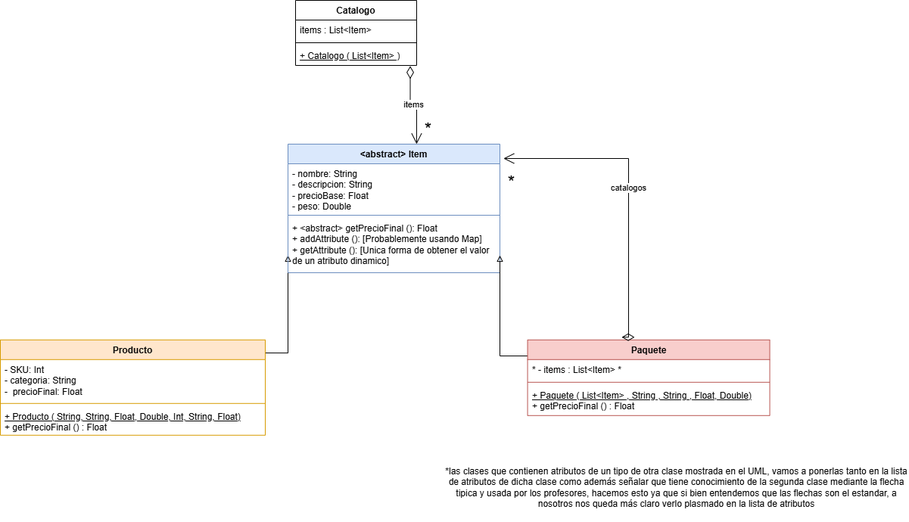
Before: src/Catalogo/UML.png, a diagram exported from draw.io (saenzlucas/UNQShop). Source tidied: cells renumbered, new cells last; positions are measured from the earlier drawing's top-left corner, leaving out a move shared by most shapes.
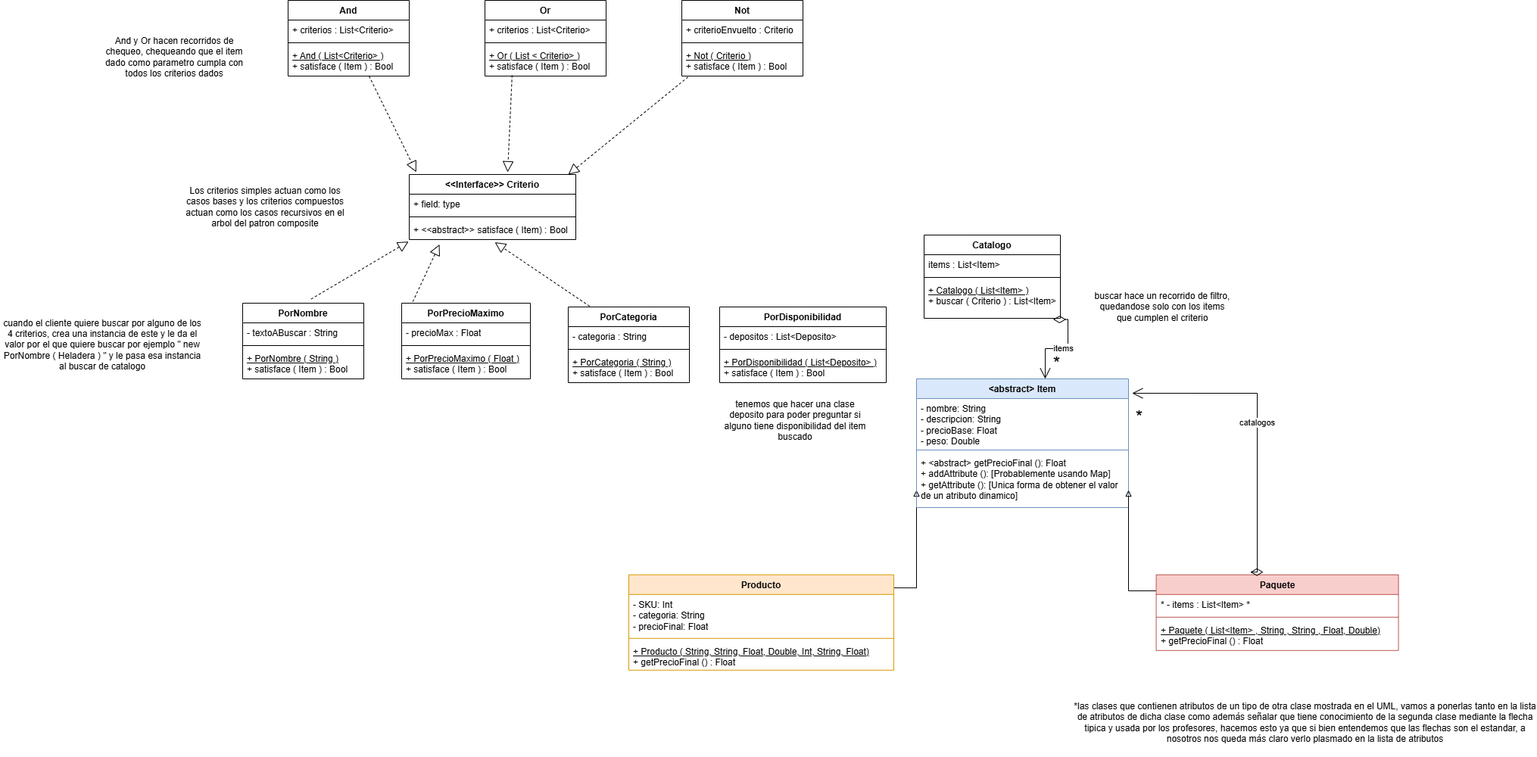
The same file after the commit.

Commit message:
Se desarrolla seccion 2.6 usando los patrones composite y strategy para la busqueda de items especificos en un catalogo

What changed in the source:
```diff
@@ -4,7 +4,7 @@
     <mxCell id="1" parent="0" />
-    <mxCell id="2" style="edgeStyle=orthogonalEdgeStyle;rounded=0;jettySize=auto;html=1;endArrow=block;endFill=0;entryX=0;entryY=0.5;entryDx=0;entryDy=0;exitX=0.999;exitY=0.137;exitDx=0;exitDy=0;exitPerimeter=0;" parent="1" edge="1" source="3">
-      <mxGeometry relative="1" as="geometry">
-        <mxPoint x="380" y="337" as="targetPoint" />
-      </mxGeometry>
-    </mxCell>
+    <mxCell id="25" style="edgeStyle=orthogonalEdgeStyle;rounded=0;jettySize=auto;html=1;endArrow=block;endFill=0;entryX=0;entryY=0.5;entryDx=0;entryDy=0;exitX=0.999;exitY=0.137;exitDx=0;exitDy=0;exitPerimeter=0;" parent="1" edge="1" source="3">
+      <mxGeometry relative="1" as="geometry">
+        <mxPoint x="380" y="337" as="targetPoint" />
+      </mxGeometry>
+    </mxCell>
     <mxCell id="3" value="Producto" style="swimlane;fontStyle=1;align=center;verticalAlign=top;horizontal=1;startSize=26;whiteSpace=wrap;html=1;fillColor=#ffe6cc;strokeColor=#d79b00;" parent="1" vertex="1">
@@ -12,3 +12,3 @@
     </mxCell>
-    <mxCell id="4" value="&lt;div&gt;- SKU: Int&lt;/div&gt;&lt;div&gt;- categoria: String&lt;/div&gt;-&amp;nbsp; precioFinal: Float" style="text;strokeColor=none;fillColor=none;align=left;verticalAlign=top;spacingLeft=4;spacingRight=4;overflow=hidden;whiteSpace=wrap;html=1;" parent="3" vertex="1">
+    <mxCell id="4" value="&lt;div&gt;- SKU: Int&lt;/div&gt;&lt;div&gt;- categoria: String&lt;/div&gt;- precioFinal: Float" style="text;strokeColor=none;fillColor=none;align=left;verticalAlign=top;spacingLeft=4;spacingRight=4;overflow=hidden;whiteSpace=wrap;html=1;" parent="3" vertex="1">
       <mxGeometry y="26" width="350" height="54" as="geometry" />
@@ -33,7 +33,7 @@
     </mxCell>
-    <mxCell id="11" style="edgeStyle=orthogonalEdgeStyle;rounded=0;jettySize=auto;html=1;endArrow=block;endFill=0;exitX=0.004;exitY=0.212;exitDx=0;exitDy=0;exitPerimeter=0;" parent="1" edge="1" source="12">
-      <mxGeometry relative="1" as="geometry">
-        <mxPoint x="660" y="337" as="targetPoint" />
-      </mxGeometry>
-    </mxCell>
+    <mxCell id="26" style="edgeStyle=orthogonalEdgeStyle;rounded=0;jettySize=auto;html=1;endArrow=block;endFill=0;exitX=0.004;exitY=0.212;exitDx=0;exitDy=0;exitPerimeter=0;" parent="1" edge="1" source="12">
+      <mxGeometry relative="1" as="geometry">
+        <mxPoint x="660" y="337" as="targetPoint" />
+      </mxGeometry>
+    </mxCell>
     <mxCell id="12" value="Paquete" style="swimlane;fontStyle=1;align=center;verticalAlign=top;horizontal=1;startSize=26;whiteSpace=wrap;html=1;fillColor=#f8cecc;strokeColor=#b85450;" parent="1" vertex="1">
@@ -59,7 +59,7 @@
     </mxCell>
-    <mxCell id="17" value="&lt;font style=&quot;font-size: 24px;&quot;&gt;*&lt;/font&gt;" style="edgeLabel;html=1;align=right;verticalAlign=top;" parent="16" vertex="1">
-      <mxGeometry x="1" relative="1" as="geometry">
-        <mxPoint x="15" y="11" as="offset" />
-      </mxGeometry>
-    </mxCell>
+    <mxCell id="27" value="&lt;font style=&quot;font-size: 24px;&quot;&gt;*&lt;/font&gt;" style="edgeLabel;html=1;align=right;verticalAlign=top;" parent="16" vertex="1">
+      <mxGeometry x="1" relative="1" as="geometry">
+        <mxPoint x="15" y="11" as="offset" />
+      </mxGeometry>
+    </mxCell>
     <mxCell id="18" value="*las clases que contienen atributos de un tipo de otra clase mostrada en el UML, vamos a ponerlas tanto en la lista de atributos de dicha clase como además señalar que tiene conocimiento de la segunda clase mediante la flecha tipica y usada por los profesores, hacemos esto ya que si bien entendemos que las flechas son el estandar, a nosotros nos queda más claro verlo plasmado en la lista de atributos" style="text;html=1;whiteSpace=wrap;strokeColor=none;fillColor=none;align=center;verticalAlign=middle;rounded=0;" parent="1" vertex="1">
@@ -68,21 +68,152 @@
     <mxCell id="19" value="Catalogo" style="swimlane;fontStyle=1;align=center;verticalAlign=top;horizontal=1;startSize=26;whiteSpace=wrap;html=1;" parent="1" vertex="1">
-      <mxGeometry x="390" width="160" height="86" as="geometry" />
+      <mxGeometry x="390" width="180" height="110" as="geometry" />
     </mxCell>
     <mxCell id="20" value="items : List&amp;lt;Item&amp;gt;" style="text;strokeColor=none;fillColor=none;align=left;verticalAlign=top;spacingLeft=4;spacingRight=4;overflow=hidden;whiteSpace=wrap;html=1;" parent="19" vertex="1">
-      <mxGeometry y="26" width="160" height="26" as="geometry" />
+      <mxGeometry y="26" width="180" height="26" as="geometry" />
     </mxCell>
-    <mxCell id="21" style="line;strokeWidth=1;fillColor=none;align=left;verticalAlign=middle;spacingTop=-1;spacingLeft=3;spacingRight=3;labelPosition=right;strokeColor=inherit;" parent="19" vertex="1">
-      <mxGeometry y="52" width="160" height="8" as="geometry" />
-    </mxCell>
-    <mxCell id="22" value="&lt;u&gt;+ Catalogo ( List&amp;lt;Item&amp;gt; )&lt;/u&gt;" style="text;strokeColor=none;fillColor=none;align=left;verticalAlign=top;spacingLeft=4;spacingRight=4;overflow=hidden;points=[[0,0.5],[1,0.5]];portConstraint=eastwest;whiteSpace=wrap;html=1;" parent="19" vertex="1">
-      <mxGeometry y="60" width="160" height="26" as="geometry" />
-    </mxCell>
+    <mxCell id="28" style="line;strokeWidth=1;fillColor=none;align=left;verticalAlign=middle;spacingTop=-1;spacingLeft=3;spacingRight=3;labelPosition=right;strokeColor=inherit;" parent="19" vertex="1">
+      <mxGeometry y="52" width="180" height="8" as="geometry" />
+    </mxCell>
+    <mxCell id="29" value="&lt;u&gt;+ Catalogo ( List&amp;lt;Item&amp;gt; )&lt;/u&gt;&lt;div&gt;+ buscar ( Criterio ) : List&amp;lt;Item&amp;gt;&lt;/div&gt;" style="text;strokeColor=none;fillColor=none;align=left;verticalAlign=top;spacingLeft=4;spacingRight=4;overflow=hidden;points=[[0,0.5],[1,0.5]];portConstraint=eastwest;whiteSpace=wrap;html=1;" parent="19" vertex="1">
+      <mxGeometry y="60" width="180" height="50" as="geometry" />
+    </mxCell>
-    <mxCell id="23" value="items" style="endArrow=open;html=1;endSize=12;startArrow=diamondThin;startSize=14;startFill=0;edgeStyle=orthogonalEdgeStyle;rounded=0;exitX=0.947;exitY=1.03;exitDx=0;exitDy=0;exitPerimeter=0;entryX=0.607;entryY=0;entryDx=0;entryDy=0;entryPerimeter=0;" parent="1" edge="1" source="22" target="7">
+    <mxCell id="23" value="items" style="endArrow=open;html=1;endSize=12;startArrow=diamondThin;startSize=14;startFill=0;edgeStyle=orthogonalEdgeStyle;rounded=0;exitX=0.947;exitY=1.03;exitDx=0;exitDy=0;exitPerimeter=0;entryX=0.607;entryY=0;entryDx=0;entryDy=0;entryPerimeter=0;" parent="1" edge="1" source="29" target="7">
       <mxGeometry relative="1" as="geometry" />
     </mxCell>
-    <mxCell id="24" value="&lt;font style=&quot;font-size: 24px;&quot;&gt;*&lt;/font&gt;" style="edgeLabel;html=1;align=right;verticalAlign=top;" parent="23" vertex="1">
-      <mxGeometry x="1" relative="1" as="geometry">
-        <mxPoint x="20" y="-40" as="offset" />
-      </mxGeometry>
-    </mxCell>
+    <mxCell id="30" value="&lt;font style=&quot;font-size: 24px;&quot;&gt;*&lt;/font&gt;" style="edgeLabel;html=1;align=right;verticalAlign=top;" parent="23" vertex="1">
+      <mxGeometry x="1" relative="1" as="geometry">
+        <mxPoint x="20" y="-40" as="offset" />
+      </mxGeometry>
+    </mxCell>
+    <mxCell id="31" value="&amp;lt;&amp;lt;Interface&amp;gt;&amp;gt; Criterio" style="swimlane;fontStyle=1;align=center;verticalAlign=top;horizontal=1;startSize=26;whiteSpace=wrap;html=1;" parent="1" vertex="1">
+      <mxGeometry x="-290" y="-80" width="220" height="86" as="geometry" />
+    </mxCell>
+    <mxCell id="32" value="+ field: type" style="text;strokeColor=none;fillColor=none;align=left;verticalAlign=top;spacingLeft=4;spacingRight=4;overflow=hidden;whiteSpace=wrap;html=1;" parent="31" vertex="1">
+      <mxGeometry y="26" width="220" height="26" as="geometry" />
+    </mxCell>
+    <mxCell id="33" style="line;strokeWidth=1;fillColor=none;align=left;verticalAlign=middle;spacingTop=-1;spacingLeft=3;spacingRight=3;labelPosition=right;strokeColor=inherit;" parent="31" vertex="1">
+      <mxGeometry y="52" width="220" height="8" as="geometry" />
+    </mxCell>
+    <mxCell id="34" value="+ &amp;lt;&amp;lt;abstract&amp;gt;&amp;gt; satisface ( Item) : Bool" style="text;strokeColor=none;fillColor=none;align=left;verticalAlign=top;spacingLeft=4;spacingRight=4;overflow=hidden;points=[[0,0.5],[1,0.5]];portConstraint=eastwest;whiteSpace=wrap;html=1;" parent="31" vertex="1">
+      <mxGeometry y="60" width="220" height="26" as="geometry" />
+    </mxCell>
+    <mxCell id="35" value="PorCategoria" style="swimlane;fontStyle=1;align=center;verticalAlign=top;horizontal=1;startSize=26;whiteSpace=wrap;html=1;" parent="1" vertex="1">
+      <mxGeometry x="-80" y="95" width="160" height="100" as="geometry" />
+    </mxCell>
+    <mxCell id="36" value="- categoria : String" style="text;strokeColor=none;fillColor=none;align=left;verticalAlign=top;spacingLeft=4;spacingRight=4;overflow=hidden;whiteSpace=wrap;html=1;" parent="35" vertex="1">
+      <mxGeometry y="26" width="160" height="26" as="geometry" />
+    </mxCell>
+    <mxCell id="37" style="line;strokeWidth=1;fillColor=none;align=left;verticalAlign=middle;spacingTop=-1;spacingLeft=3;spacingRight=3;labelPosition=right;strokeColor=inherit;" parent="35" vertex="1">
+      <mxGeometry y="52" width="160" height="8" as="geometry" />
+    </mxCell>
+    <mxCell id="38" value="&lt;u&gt;+ PorCategoria ( String )&lt;/u&gt;&lt;div&gt;+ satisface ( Item ) : Bool&lt;u&gt;&lt;/u&gt;&lt;/div&gt;" style="text;strokeColor=none;fillColor=none;align=left;verticalAlign=top;spacingLeft=4;spacingRight=4;overflow=hidden;whiteSpace=wrap;html=1;" parent="35" vertex="1">
+      <mxGeometry y="60" width="160" height="40" as="geometry" />
+    </mxCell>
+    <mxCell id="39" value="PorPrecioMaximo" style="swimlane;fontStyle=1;align=center;verticalAlign=top;horizontal=1;startSize=26;whiteSpace=wrap;html=1;" parent="1" vertex="1">
+      <mxGeometry x="-300" y="90" width="170" height="100" as="geometry" />
+    </mxCell>
+    <mxCell id="40" value="- precioMax : Float" style="text;strokeColor=none;fillColor=none;align=left;verticalAlign=top;spacingLeft=4;spacingRight=4;overflow=hidden;whiteSpace=wrap;html=1;" parent="39" vertex="1">
+      <mxGeometry y="26" width="170" height="26" as="geometry" />
+    </mxCell>
+    <mxCell id="41" style="line;strokeWidth=1;fillColor=none;align=left;verticalAlign=middle;spacingTop=-1;spacingLeft=3;spacingRight=3;labelPosition=right;strokeColor=inherit;" parent="39" vertex="1">
+      <mxGeometry y="52" width="170" height="8" as="geometry" />
+    </mxCell>
+    <mxCell id="42" value="&lt;u&gt;+ PorPrecioMaximo ( Float )&lt;/u&gt;&amp;nbsp;&lt;div&gt;+ satisface ( Item ) : Bool&lt;/div&gt;" style="text;strokeColor=none;fillColor=none;align=left;verticalAlign=top;spacingLeft=4;spacingRight=4;overflow=hidden;whiteSpace=wrap;html=1;" parent="39" vertex="1">
+      <mxGeometry y="60" width="170" height="40" as="geometry" />
+    </mxCell>
+    <mxCell id="43" value="PorNombre" style="swimlane;fontStyle=1;align=center;verticalAlign=top;horizontal=1;startSize=26;whiteSpace=wrap;html=1;" parent="1" vertex="1">
+      <mxGeometry x="-510" y="90" width="160" height="100" as="geometry" />
+    </mxCell>
+    <mxCell id="44" value="- textoABuscar : String" style="text;strokeColor=none;fillColor=none;align=left;verticalAlign=top;spacingLeft=4;spacingRight=4;overflow=hidden;whiteSpace=wrap;html=1;" parent="43" vertex="1">
+      <mxGeometry y="26" width="160" height="26" as="geometry" />
+    </mxCell>
+    <mxCell id="45" style="line;strokeWidth=1;fillColor=none;align=left;verticalAlign=middle;spacingTop=-1;spacingLeft=3;spacingRight=3;labelPosition=right;strokeColor=inherit;" parent="43" vertex="1">
+      <mxGeometry y="52" width="160" height="8" as="geometry" />
+    </mxCell>
+    <mxCell id="46" value="&lt;u&gt;+ PorNombre ( String )&lt;/u&gt;&lt;div&gt;+ satisface ( Item ) : Bool&lt;/div&gt;" style="text;strokeColor=none;fillColor=none;align=left;verticalAlign=top;spacingLeft=4;spacingRight=4;overflow=hidden;whiteSpace=wrap;html=1;" parent="43" vertex="1">
+      <mxGeometry y="60" width="160" height="40" as="geometry" />
+    </mxCell>
+    <mxCell id="47" value="buscar hace un recorrido de filtro, quedandose solo con los items que cumplen el criterio" style="text;html=1;whiteSpace=wrap;strokeColor=none;fillColor=none;align=center;verticalAlign=middle;rounded=0;" parent="1" vertex="1">
+      <mxGeometry x="610" y="80" width="190" height="30" as="geometry" />
+    </mxCell>
+    <mxCell id="48" value="cuando el cliente quiere buscar por alguno de los 4 criterios, crea una instancia de este y le da el valor por el que quiere buscar por ejemplo &quot; new PorNombre ( Heladera ) &quot; y le pasa esa instancia al buscar de catalogo" style="text;html=1;whiteSpace=wrap;strokeColor=none;fillColor=none;align=center;verticalAlign=middle;rounded=0;" parent="1" vertex="1">
+      <mxGeometry x="-830" y="130" width="270" height="30" as="geometry" />
+    </mxCell>
+    <mxCell id="49" value="Los criterios simples actuan como los casos bases y los criterios compuestos actuan como los casos recursivos en el arbol del patron composite" style="text;html=1;whiteSpace=wrap;strokeColor=none;fillColor=none;align=center;verticalAlign=middle;rounded=0;" parent="1" vertex="1">
+      <mxGeometry x="-590" y="-52" width="220" height="30" as="geometry" />
+    </mxCell>
+    <mxCell id="50" value="Not" style="swimlane;fontStyle=1;align=center;verticalAlign=top;horizontal=1;startSize=26;whiteSpace=wrap;html=1;" parent="1" vertex="1">
+      <mxGeometry x="70" y="-310" width="160" height="100" as="geometry" />
+    </mxCell>
+    <mxCell id="51" value="+ criterioEnvuelto : Criterio" style="text;strokeColor=none;fillColor=none;align=left;verticalAlign=top;spacingLeft=4;spacingRight=4;overflow=hidden;whiteSpace=wrap;html=1;" parent="50" vertex="1">
+      <mxGeometry y="26" width="160" height="26" as="geometry" />
+    </mxCell>
+    <mxCell id="52" style="line;strokeWidth=1;fillColor=none;align=left;verticalAlign=middle;spacingTop=-1;spacingLeft=3;spacingRight=3;labelPosition=right;strokeColor=inherit;" parent="50" vertex="1">
+      <mxGeometry y="52" width="160" height="8" as="geometry" />
+    </mxCell>
+    <mxCell id="53" value="&lt;div&gt;&lt;u&gt;+ Not ( Criterio )&lt;/u&gt;&lt;/div&gt;+ satisface ( Item ) : Bool" style="text;strokeColor=none;fillColor=none;align=left;verticalAlign=top;spacingLeft=4;spacingRight=4;overflow=hidden;points=[[0,0.5],[1,0.5]];portConstraint=eastwest;whiteSpace=wrap;html=1;" parent="50" vertex="1">
+      <mxGeometry y="60" width="160" height="40" as="geometry" />
+    </mxCell>
+    <mxCell id="54" value="Or" style="swimlane;fontStyle=1;align=center;verticalAlign=top;horizontal=1;startSize=26;whiteSpace=wrap;html=1;" parent="1" vertex="1">
+      <mxGeometry x="-190" y="-310" width="160" height="100" as="geometry" />
+    </mxCell>
+    <mxCell id="55" value="+ criterios : List&amp;lt;Criterio&amp;gt;" style="text;strokeColor=none;fillColor=none;align=left;verticalAlign=top;spacingLeft=4;spacingRight=4;overflow=hidden;whiteSpace=wrap;html=1;" parent="54" vertex="1">
+      <mxGeometry y="26" width="160" height="26" as="geometry" />
+    </mxCell>
+    <mxCell id="56" style="line;strokeWidth=1;fillColor=none;align=left;verticalAlign=middle;spacingTop=-1;spacingLeft=3;spacingRight=3;labelPosition=right;strokeColor=inherit;" parent="54" vertex="1">
+      <mxGeometry y="52" width="160" height="8" as="geometry" />
+    </mxCell>
+    <mxCell id="57" value="&lt;div&gt;&lt;u&gt;+ Or ( List &amp;lt; Criterio&amp;gt; )&lt;/u&gt;&lt;/div&gt;+ satisface ( Item ) : Bool" style="text;strokeColor=none;fillColor=none;align=left;verticalAlign=top;spacingLeft=4;spacingRight=4;overflow=hidden;points=[[0,0.5],[1,0.5]];portConstraint=eastwest;whiteSpace=wrap;html=1;" parent="54" vertex="1">
+      <mxGeometry y="60" width="160" height="40" as="geometry" />
+    </mxCell>
+    <mxCell id="58" value="And" style="swimlane;fontStyle=1;align=center;verticalAlign=top;horizontal=1;startSize=26;whiteSpace=wrap;html=1;" parent="1" vertex="1">
+      <mxGeometry x="-450" y="-310" width="160" height="100" as="geometry" />
+    </mxCell>
+    <mxCell id="59" value="+ criterios : List&amp;lt;Criterio&amp;gt;" style="text;strokeColor=none;fillColor=none;align=left;verticalAlign=top;spacingLeft=4;spacingRight=4;overflow=hidden;whiteSpace=wrap;html=1;" parent="58" vertex="1">
+      <mxGeometry y="26" width="160" height="26" as="geometry" />
+    </mxCell>
+    <mxCell id="60" style="line;strokeWidth=1;fillColor=none;align=left;verticalAlign=middle;spacingTop=-1;spacingLeft=3;spacingRight=3;labelPosition=right;strokeColor=inherit;" parent="58" vertex="1">
+      <mxGeometry y="52" width="160" height="8" as="geometry" />
+    </mxCell>
+    <mxCell id="61" value="&lt;div&gt;&lt;u&gt;+ And ( List&amp;lt;Criterio&amp;gt; )&lt;/u&gt;&amp;nbsp;&lt;/div&gt;+ satisface ( Item ) : Bool" style="text;strokeColor=none;fillColor=none;align=left;verticalAlign=top;spacingLeft=4;spacingRight=4;overflow=hidden;points=[[0,0.5],[1,0.5]];portConstraint=eastwest;whiteSpace=wrap;html=1;" parent="58" vertex="1">
+      <mxGeometry y="60" width="160" height="40" as="geometry" />
+    </mxCell>
+    <mxCell id="62" value="And y Or hacen recorridos de chequeo, chequeando que el item dado como parametro cumpla con todos los criterios dados" style="text;html=1;whiteSpace=wrap;strokeColor=none;fillColor=none;align=center;verticalAlign=middle;rounded=0;" parent="1" vertex="1">
+      <mxGeometry x="-700" y="-250" width="200" height="30" as="geometry" />
+    </mxCell>
+    <mxCell id="63" style="endArrow=block;dashed=1;endFill=0;endSize=12;html=1;rounded=0;entryX=0.042;entryY=-0.037;entryDx=0;entryDy=0;entryPerimeter=0;exitX=0.669;exitY=1.003;exitDx=0;exitDy=0;exitPerimeter=0;" parent="1" edge="1" source="61" target="31">
+      <mxGeometry relative="1" as="geometry" />
+    </mxCell>
+    <mxCell id="64" style="endArrow=block;dashed=1;endFill=0;endSize=12;html=1;rounded=0;exitX=0.224;exitY=0.975;exitDx=0;exitDy=0;exitPerimeter=0;" parent="1" edge="1" source="57">
+      <mxGeometry relative="1" as="geometry">
+        <mxPoint x="-160" y="-83" as="targetPoint" />
+      </mxGeometry>
+    </mxCell>
+    <mxCell id="65" style="endArrow=block;dashed=1;endFill=0;endSize=12;html=1;rounded=0;exitX=0.051;exitY=1.031;exitDx=0;exitDy=0;exitPerimeter=0;entryX=0.955;entryY=0;entryDx=0;entryDy=0;entryPerimeter=0;" parent="1" edge="1" source="53" target="31">
+      <mxGeometry relative="1" as="geometry" />
+    </mxCell>
+    <mxCell id="66" style="endArrow=block;dashed=1;endFill=0;endSize=12;html=1;rounded=0;entryX=0.514;entryY=1.136;entryDx=0;entryDy=0;exitX=0.176;exitY=-0.01;exitDx=0;exitDy=0;exitPerimeter=0;entryPerimeter=0;" parent="1" edge="1" source="35" target="34">
+      <mxGeometry relative="1" as="geometry" />
+    </mxCell>
+    <mxCell id="67" style="endArrow=block;dashed=1;endFill=0;endSize=12;html=1;rounded=0;exitX=0.087;exitY=-0.021;exitDx=0;exitDy=0;exitPerimeter=0;entryX=0.182;entryY=1.244;entryDx=0;entryDy=0;entryPerimeter=0;" parent="1" edge="1" source="39" target="34">
+      <mxGeometry relative="1" as="geometry" />
+    </mxCell>
+    <mxCell id="68" style="endArrow=block;dashed=1;endFill=0;endSize=12;html=1;rounded=0;entryX=-0.004;entryY=1.099;entryDx=0;entryDy=0;entryPerimeter=0;exitX=0.565;exitY=-0.054;exitDx=0;exitDy=0;exitPerimeter=0;" parent="1" edge="1" source="43" target="34">
+      <mxGeometry relative="1" as="geometry" />
+    </mxCell>
+    <mxCell id="69" value="PorDisponibilidad" style="swimlane;fontStyle=1;align=center;verticalAlign=top;horizontal=1;startSize=26;whiteSpace=wrap;html=1;" parent="1" vertex="1">
+      <mxGeometry x="120" y="95" width="220" height="100" as="geometry" />
+    </mxCell>
+    <mxCell id="70" value="- depositos : List&amp;lt;Deposito&amp;gt;" style="text;strokeColor=none;fillColor=none;align=left;verticalAlign=top;spacingLeft=4;spacingRight=4;overflow=hidden;whiteSpace=wrap;html=1;" parent="69" vertex="1">
+      <mxGeometry y="26" width="220" height="26" as="geometry" />
+    </mxCell>
+    <mxCell id="71" style="line;strokeWidth=1;fillColor=none;align=left;verticalAlign=middle;spacingTop=-1;spacingLeft=3;spacingRight=3;labelPosition=right;strokeColor=inherit;" parent="69" vertex="1">
+      <mxGeometry y="52" width="220" height="8" as="geometry" />
+    </mxCell>
+    <mxCell id="72" value="&lt;u&gt;+ PorDisponibilidad ( List&amp;lt;Deposito&amp;gt; )&lt;/u&gt;&lt;div&gt;+ satisface ( Item ) : Bool&lt;/div&gt;" style="text;strokeColor=none;fillColor=none;align=left;verticalAlign=top;spacingLeft=4;spacingRight=4;overflow=hidden;whiteSpace=wrap;html=1;" parent="69" vertex="1">
+      <mxGeometry y="60" width="220" height="40" as="geometry" />
+    </mxCell>
+    <mxCell id="73" value="tenemos que hacer una clase deposito para poder preguntar si alguno tiene disponibilidad del item buscado" style="text;html=1;whiteSpace=wrap;strokeColor=none;fillColor=none;align=center;verticalAlign=middle;rounded=0;" parent="1" vertex="1">
+      <mxGeometry x="120" y="230" width="200" height="30" as="geometry" />
+    </mxCell>
   </root>
```
